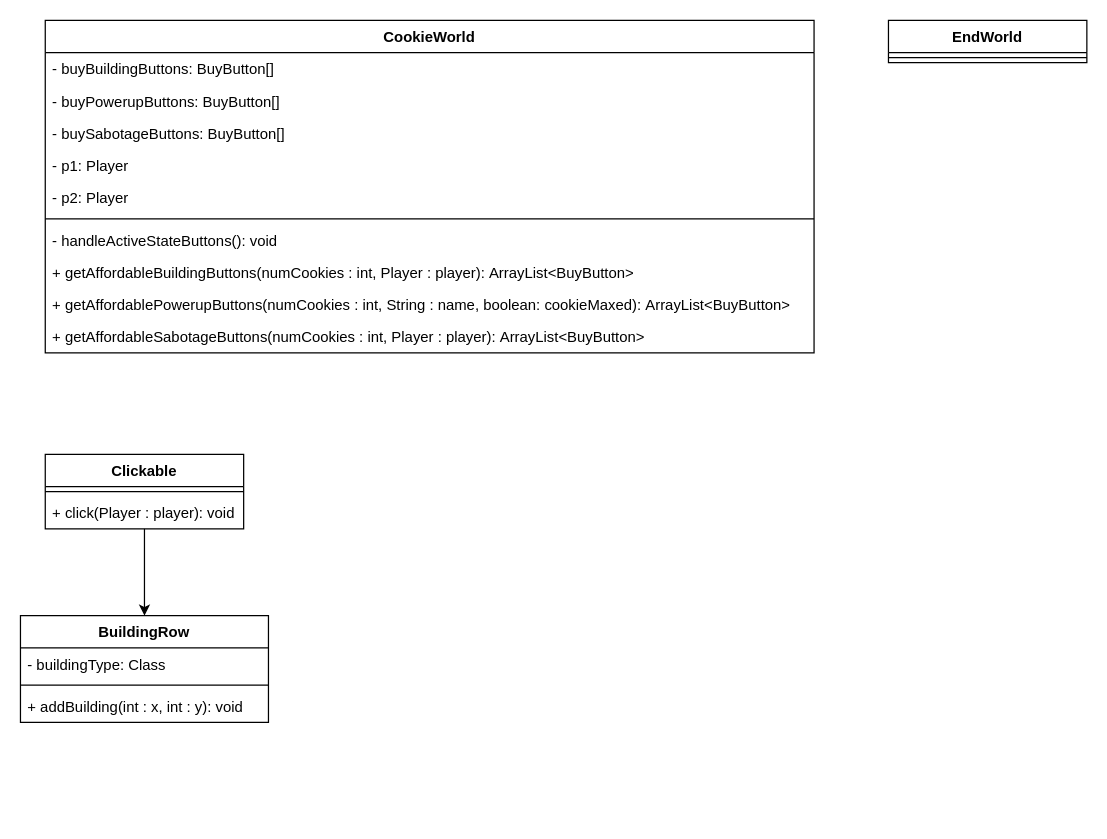
Above: Final Diagram.drawio in EdZ543/Cookie-Clicker-Simulation (draw.io), before the change. Source tidied: cells renumbered, new cells numbered last; positions are measured from the earlier drawing's top-left corner, leaving out a move shared by most shapes. Both pictures are drawn from the tidied source at 124%, with x=0, y=0 at pixel (20, 20).
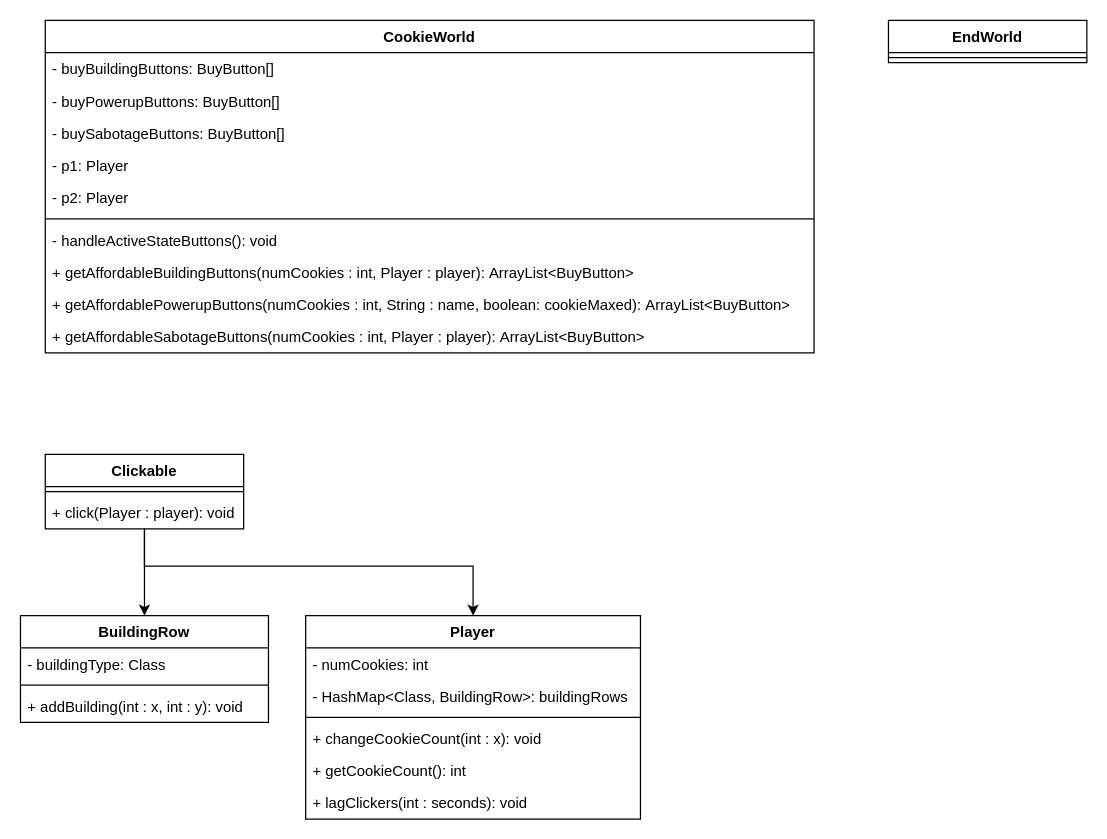
The same diagram, later.

Commit message:
Add player class to diagram

Unchanged cells that the change refers to:
```xml
<mxCell id="3" value="Clickable" style="swimlane;fontStyle=1;align=center;verticalAlign=top;horizontal=1;startSize=26;" parent="1" vertex="1">
  <mxGeometry x="20" y="350" width="160" height="60" as="geometry" />
</mxCell>
```

The edit, as a diff of the source:
```diff
@@
+    <mxCell id="23" style="edgeStyle=orthogonalEdgeStyle;rounded=0;jettySize=auto;html=1;entryX=0.5;entryY=0;entryDx=0;entryDy=0;" parent="1" edge="1" source="3" target="24">
+      <mxGeometry relative="1" as="geometry">
+        <Array as="points">
+          <mxPoint x="100" y="440" />
+          <mxPoint x="365" y="440" />
+        </Array>
+      </mxGeometry>
+    </mxCell>
@@
+    <mxCell id="24" value="Player" style="swimlane;fontStyle=1;align=center;verticalAlign=top;horizontal=1;startSize=26;" parent="1" vertex="1">
+      <mxGeometry x="230" y="480" width="270" height="164" as="geometry" />
+    </mxCell>
+    <mxCell id="25" value="- numCookies: int" style="text;strokeColor=none;fillColor=none;align=left;verticalAlign=top;spacingLeft=4;spacingRight=4;overflow=hidden;" parent="24" vertex="1">
+      <mxGeometry y="26" width="270" height="26" as="geometry" />
+    </mxCell>
+    <mxCell id="26" value="- HashMap&lt;Class, BuildingRow&gt;: buildingRows" style="text;strokeColor=none;fillColor=none;align=left;verticalAlign=top;spacingLeft=4;spacingRight=4;overflow=hidden;" parent="24" vertex="1">
+      <mxGeometry y="52" width="270" height="26" as="geometry" />
+    </mxCell>
+    <mxCell id="27" style="line;strokeWidth=1;fillColor=none;align=left;verticalAlign=middle;spacingTop=-1;spacingLeft=3;spacingRight=3;labelPosition=right;strokeColor=inherit;" parent="24" vertex="1">
+      <mxGeometry y="78" width="270" height="8" as="geometry" />
+    </mxCell>
+    <mxCell id="28" value="+ changeCookieCount(int : x): void" style="text;strokeColor=none;fillColor=none;align=left;verticalAlign=top;spacingLeft=4;spacingRight=4;overflow=hidden;" parent="24" vertex="1">
+      <mxGeometry y="86" width="270" height="26" as="geometry" />
+    </mxCell>
+    <mxCell id="29" value="+ getCookieCount(): int" style="text;strokeColor=none;fillColor=none;align=left;verticalAlign=top;spacingLeft=4;spacingRight=4;overflow=hidden;" parent="24" vertex="1">
+      <mxGeometry y="112" width="270" height="26" as="geometry" />
+    </mxCell>
+    <mxCell id="30" value="+ lagClickers(int : seconds): void" style="text;strokeColor=none;fillColor=none;align=left;verticalAlign=top;spacingLeft=4;spacingRight=4;overflow=hidden;" parent="24" vertex="1">
+      <mxGeometry y="138" width="270" height="26" as="geometry" />
+    </mxCell>
```
